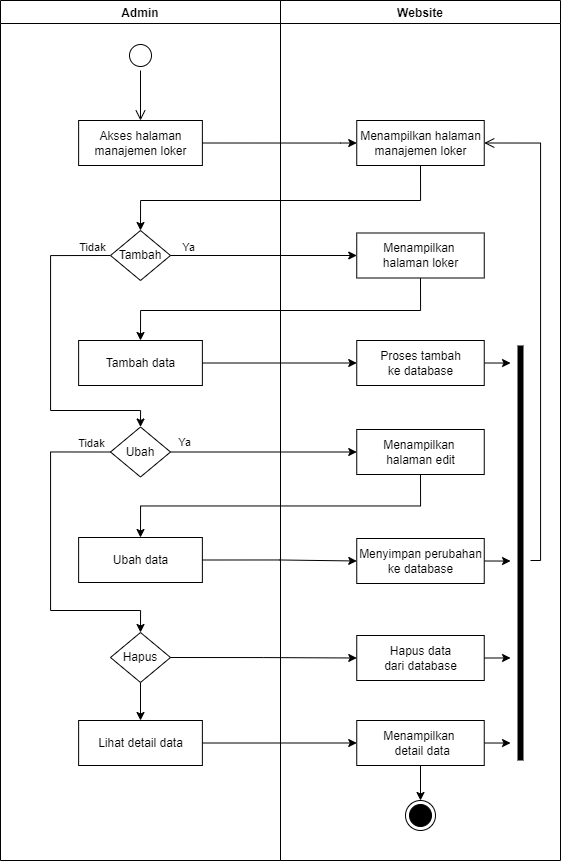
secondline16/ptsuryasafetynusantara keeps this draw.io diagram as Diagram/activity_diagram/admin/admin manajemen loker.drawio.png. Above is the earlier version. Source tidied: cells renumbered, new cells last; positions are measured from the earlier drawing's top-left corner, leaving out a move shared by most shapes.
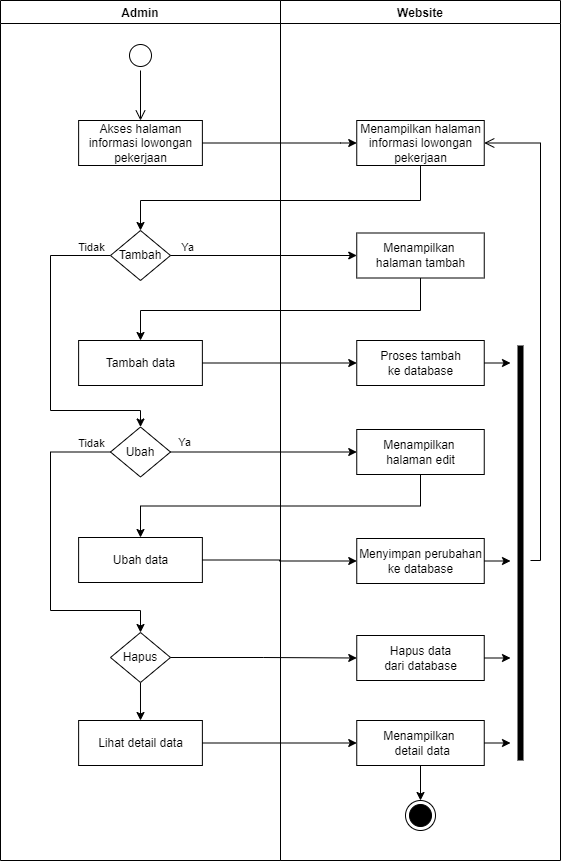
After the change.

What changed in the source:
```diff
@@ -5,13 +5,13 @@
     <mxCell id="2" value="Website" style="swimlane;fillColor=none;" parent="1" vertex="1">
       <mxGeometry x="280" width="280" height="860" as="geometry" />
     </mxCell>
-    <mxCell id="3" value="Menampilkan halaman&lt;br&gt;manajemen loker" style="html=1;strokeColor=#000000;fillColor=default;" parent="2" vertex="1">
+    <mxCell id="3" value="Menampilkan halaman&lt;br&gt;informasi lowongan&lt;br&gt;pekerjaan" style="html=1;strokeColor=#000000;fillColor=default;" parent="2" vertex="1">
       <mxGeometry x="76.2" y="120" width="127.5" height="45" as="geometry" />
     </mxCell>
     <mxCell id="4" style="ellipse;html=1;shape=endState;fillColor=#000000;strokeColor=#000000;" parent="2" vertex="1">
       <mxGeometry x="125" y="800" width="30" height="30" as="geometry" />
     </mxCell>
-    <mxCell id="5" value="Menampilkan &lt;br&gt;halaman loker" style="html=1;strokeColor=#000000;fillColor=default;" parent="2" vertex="1">
+    <mxCell id="5" value="Menampilkan &lt;br&gt;halaman tambah" style="html=1;strokeColor=#000000;fillColor=default;" parent="2" vertex="1">
       <mxGeometry x="76.2" y="232.5" width="127.5" height="45" as="geometry" />
     </mxCell>
     <mxCell id="6" value="Proses tambah&lt;br&gt;ke database" style="html=1;strokeColor=#000000;fillColor=default;" parent="2" vertex="1">
@@ -55,7 +55,7 @@
         <mxPoint x="140" y="120" as="targetPoint" />
       </mxGeometry>
     </mxCell>
-    <mxCell id="17" value="Akses halaman&lt;br&gt;manajemen loker" style="html=1;strokeColor=#000000;fillColor=default;" parent="14" vertex="1">
+    <mxCell id="17" value="Akses halaman&lt;br&gt;informasi lowongan&lt;br&gt;pekerjaan" style="html=1;strokeColor=#000000;fillColor=default;" parent="14" vertex="1">
       <mxGeometry x="78.1" y="120" width="123.8" height="45" as="geometry" />
     </mxCell>
     <mxCell id="18" style="edgeStyle=orthogonalEdgeStyle;rounded=0;jettySize=auto;html=1;exitX=0;exitY=0.5;exitDx=0;exitDy=0;entryX=0.5;entryY=0;entryDx=0;entryDy=0;" parent="14" edge="1" source="19" target="23">
```
